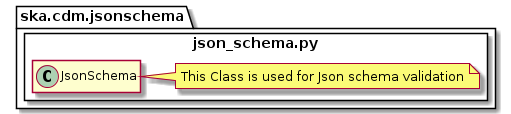
This is docs/src/developer/json_schema.png from ska-telescope/cdm-shared-library, a PlantUML export, as it was before one commit. The source it was exported from:
```plantuml
@startuml
hide empty members

package ska.cdm.jsonschema {
    package json_schema.py <<Rectangle>> {

        class JsonSchema {

        }

      note right: This Class is used for Json schema validation
    }
}
@enduml
```
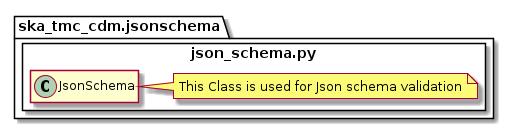
Later version of the same file.

Diff of the diagram source:
```diff
@@ -1,7 +1,7 @@
 @startuml
 hide empty members
 
-package ska.cdm.jsonschema {
+package ska_tmc_cdm.jsonschema {
     package json_schema.py <<Rectangle>> {
 
         class JsonSchema {
@@ -11,4 +11,5 @@
       note right: This Class is used for Json schema validation
     }
 }
+
 @enduml
```
